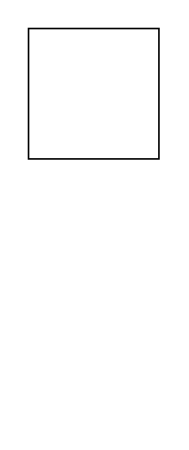
Earlier version of the draw.io diagram Detective Game.drawio (louisslater/test-AR-js). Source tidied: cells renumbered, new cells numbered last; positions are measured from the earlier drawing's top-left corner, leaving out a move shared by most shapes. Both pictures are drawn from the tidied source at 163%, with x=0, y=0 at pixel (28, 28).
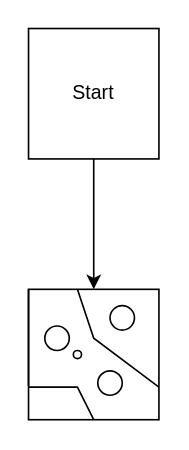
Above is the later version.

Change to the diagram source:
```diff
@@
 <mxGraphModel>
   <root>
     <mxCell id="0" />
     <mxCell id="1" parent="0" />
+    <mxCell id="3" style="edgeStyle=orthogonalEdgeStyle;rounded=0;jettySize=auto;html=1;" parent="1" edge="1" source="2" target="4">
+      <mxGeometry relative="1" as="geometry" />
+    </mxCell>
-    <mxCell id="2" style="whiteSpace=wrap;html=1;" parent="1" vertex="1">
+    <mxCell id="2" value="Start" style="whiteSpace=wrap;html=1;" parent="1" vertex="1">
       <mxGeometry width="80" height="80" as="geometry" />
     </mxCell>
+    <mxCell id="4" style="whiteSpace=wrap;html=1;" parent="1" vertex="1">
+      <mxGeometry y="160" width="80" height="80" as="geometry" />
+    </mxCell>
+    <mxCell id="5" style="ellipse;whiteSpace=wrap;html=1;" parent="1" vertex="1">
+      <mxGeometry x="27.5" y="197.5" width="5" height="5" as="geometry" />
+    </mxCell>
+    <mxCell id="6" style="ellipse;whiteSpace=wrap;html=1;" parent="1" vertex="1">
+      <mxGeometry x="50" y="170" width="15" height="15" as="geometry" />
+    </mxCell>
+    <mxCell id="7" style="ellipse;whiteSpace=wrap;html=1;" parent="1" vertex="1">
+      <mxGeometry x="10" y="182.5" width="15" height="15" as="geometry" />
+    </mxCell>
+    <mxCell id="8" style="ellipse;whiteSpace=wrap;html=1;" parent="1" vertex="1">
+      <mxGeometry x="42.5" y="210" width="15" height="15" as="geometry" />
+    </mxCell>
+    <mxCell id="9" style="endArrow=none;html=1;rounded=0;entryX=0.25;entryY=0;entryDx=0;entryDy=0;" parent="1" edge="1">
+      <mxGeometry relative="1" as="geometry">
+        <mxPoint x="80" y="220" as="sourcePoint" />
+        <mxPoint x="30" y="160" as="targetPoint" />
+        <Array as="points">
+          <mxPoint x="40" y="190" />
+        </Array>
+      </mxGeometry>
+    </mxCell>
+    <mxCell id="10" style="endArrow=none;html=1;rounded=0;entryX=0;entryY=0.75;entryDx=0;entryDy=0;exitX=0.5;exitY=1;exitDx=0;exitDy=0;" parent="1" edge="1" source="4" target="4">
+      <mxGeometry relative="1" as="geometry">
+        <Array as="points">
+          <mxPoint x="30" y="220" />
+        </Array>
+      </mxGeometry>
+    </mxCell>
+    <mxCell id="11" style="endArrow=none;html=1;rounded=0;" parent="1" edge="1">
+      <mxGeometry relative="1" as="geometry">
+        <mxPoint y="205.8" as="sourcePoint" />
+        <mxPoint y="219.2" as="targetPoint" />
+        <Array as="points">
+          <mxPoint y="160" />
+        </Array>
+      </mxGeometry>
+    </mxCell>
   </root>
 </mxGraphModel>
```
